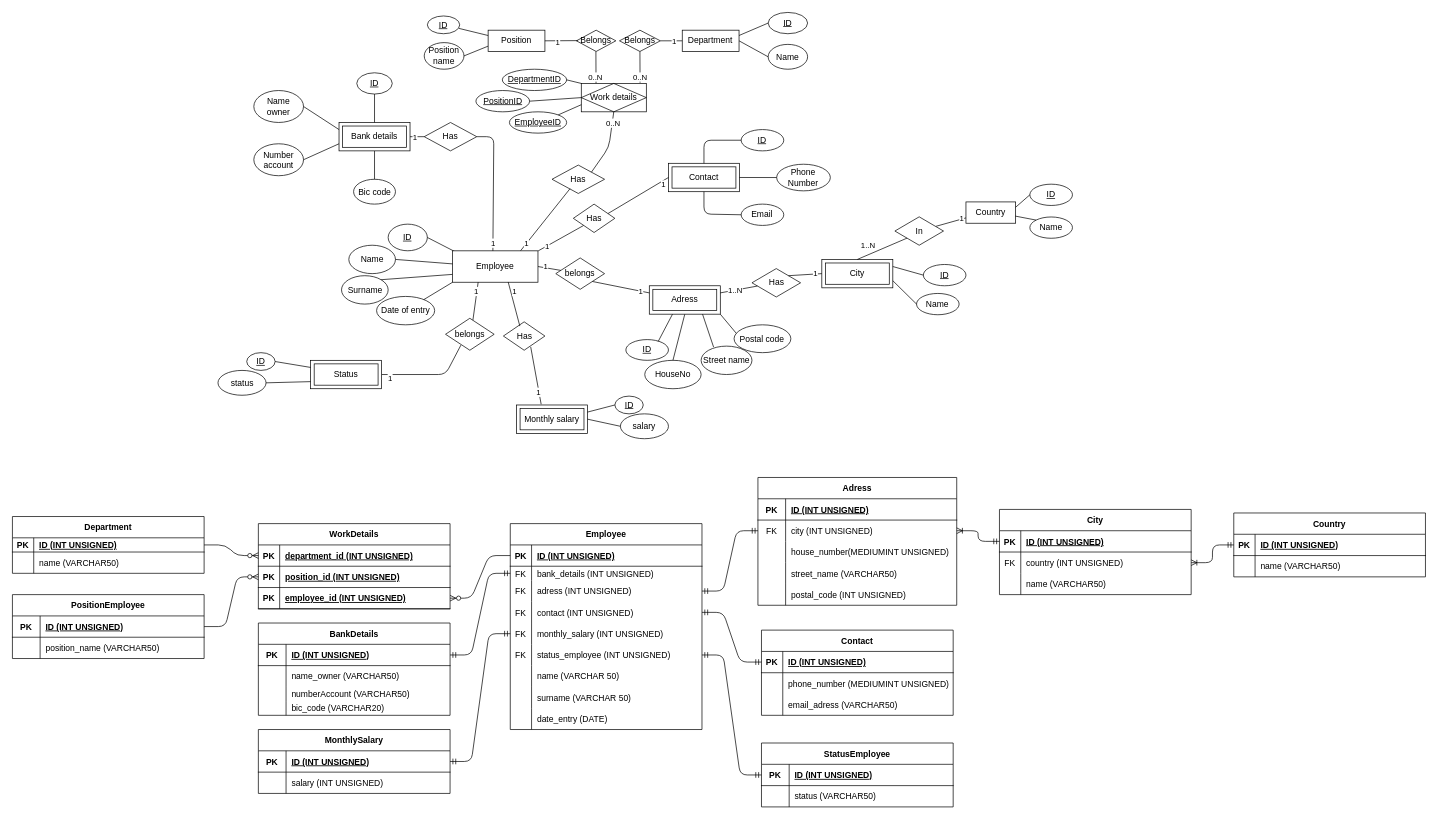
This is Scheme_database.drawio from AntoineD74/Database-project, a draw.io file, before an edit. Source tidied: cells renumbered, new cells numbered last; positions are measured from the earlier drawing's top-left corner, leaving out a move shared by most shapes. Both pictures are drawn from the tidied source at 71%, with x=0, y=0 at pixel (12, 12).
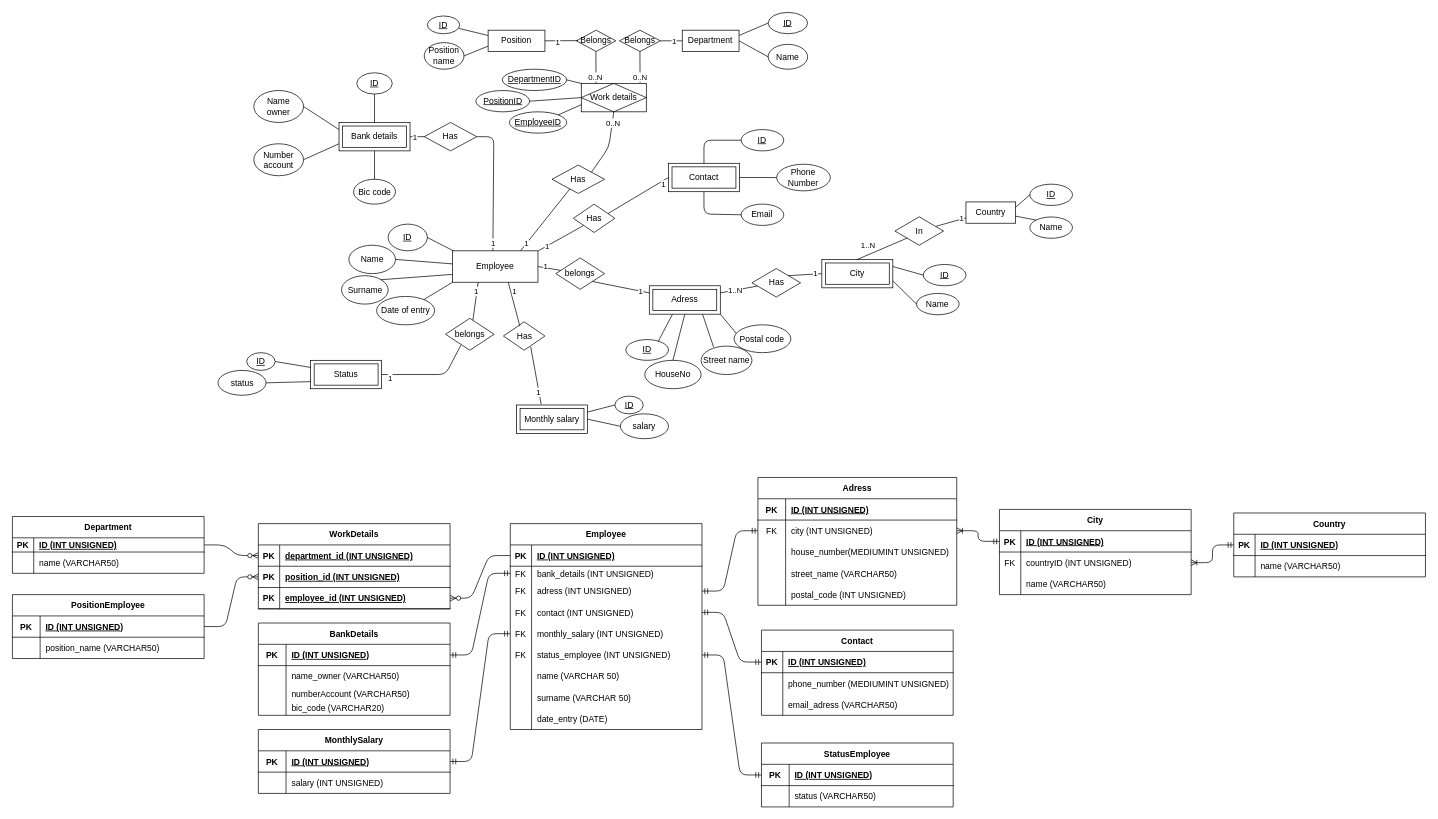
The same diagram, later.

Unchanged cells that the change refers to:
```xml
<mxCell id="70" style="shape=partialRectangle;fillColor=none;top=0;left=0;bottom=0;right=0;points=[[0,0.5],[1,0.5]];portConstraint=eastwest;" parent="66" vertex="1">
  <mxGeometry y="60" width="270" height="30" as="geometry" />
</mxCell>
```

What changed in the source:
```diff
@@
-    <mxCell id="72" value="country (INT UNSIGNED)" style="shape=partialRectangle;fillColor=none;top=0;left=0;bottom=0;right=0;align=left;spacingLeft=6;overflow=hidden;" parent="70" vertex="1">
+    <mxCell id="72" value="countryID (INT UNSIGNED)" style="shape=partialRectangle;fillColor=none;top=0;left=0;bottom=0;right=0;align=left;spacingLeft=6;overflow=hidden;" parent="70" vertex="1">
       <mxGeometry x="30" width="240" height="30" as="geometry" />
     </mxCell>
```
